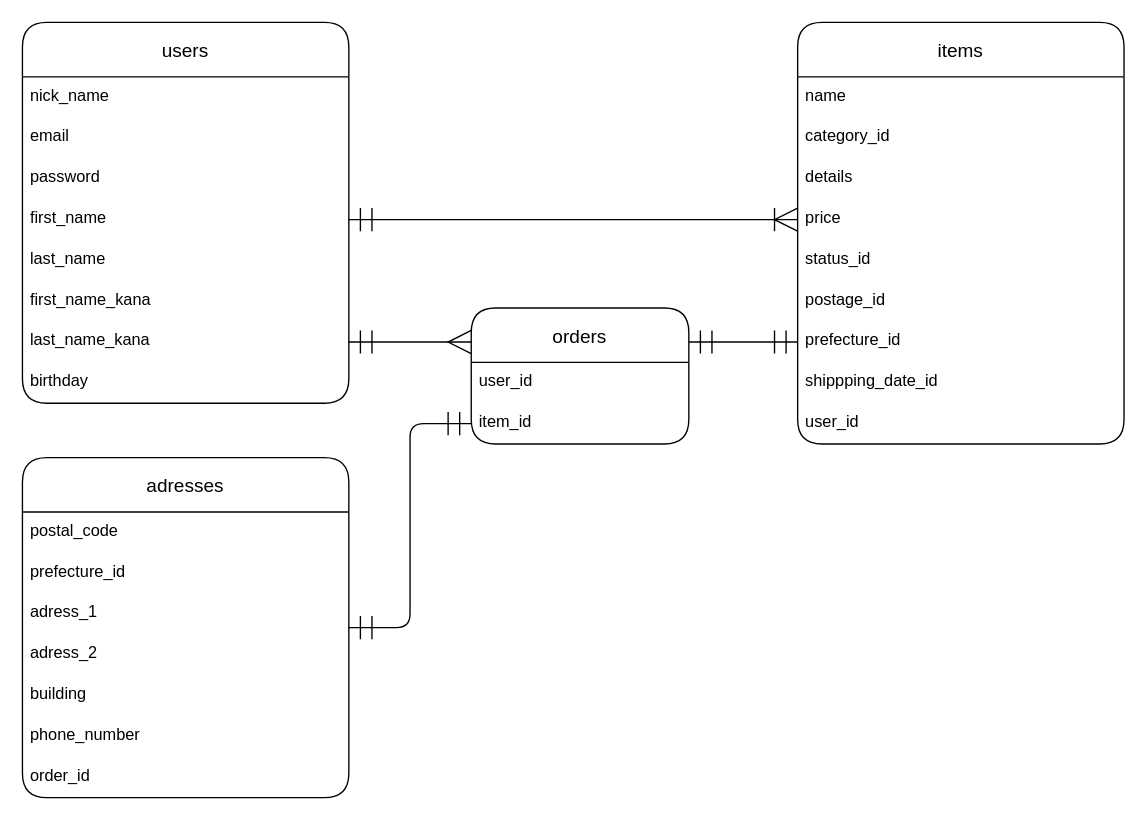
Before: furima.dio in ogaki0612/furima-31903, a draw.io diagram. Source tidied: cells renumbered, new cells numbered last; positions are measured from the earlier drawing's top-left corner, leaving out a move shared by most shapes. Both pictures are drawn from the tidied source at 136%, with x=0, y=0 at pixel (22, 22).
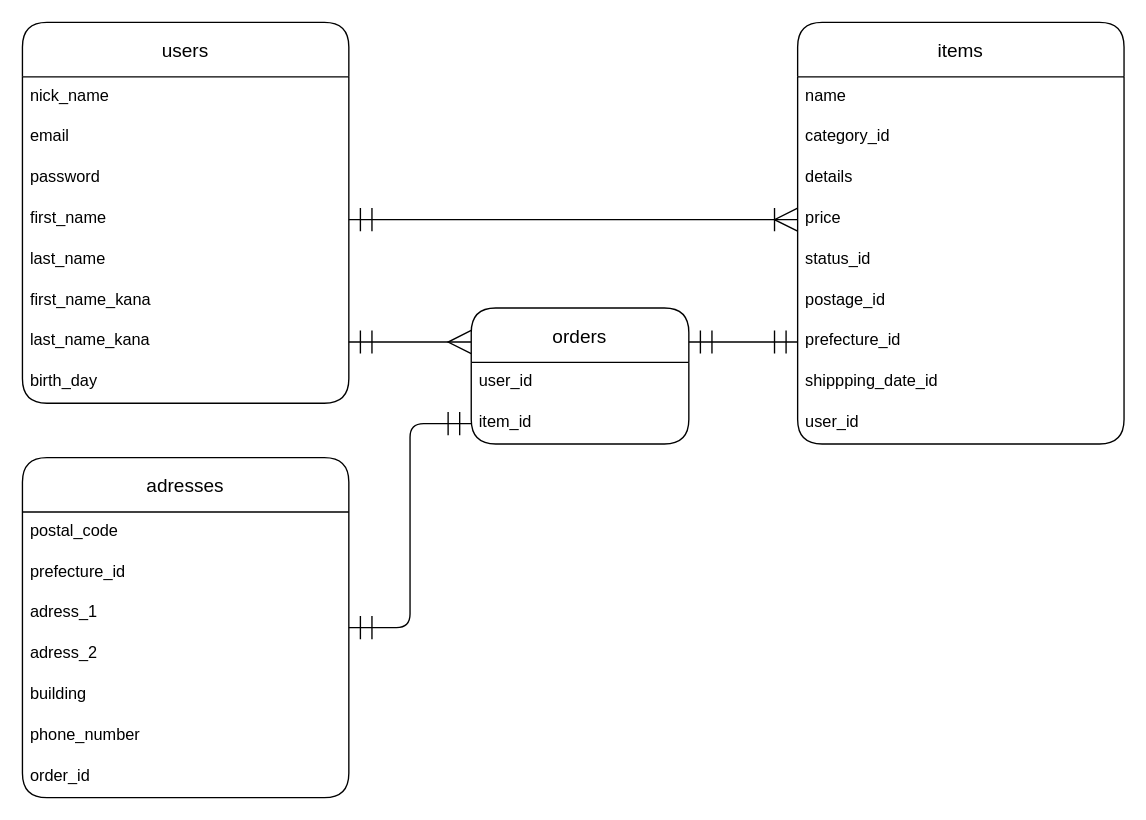
After the change.

Unchanged cells that the change refers to:
```xml
<mxCell id="2" value="users" style="swimlane;fontStyle=0;horizontal=1;startSize=40;align=center;fontSize=14;rounded=1;" parent="1" vertex="1">
  <mxGeometry width="240" height="280" as="geometry" />
</mxCell>
```

Diff of the diagram source:
```diff
@@
-    <mxCell id="10" value="birthday" style="text;strokeColor=none;fillColor=none;spacingLeft=4;spacingRight=4;overflow=hidden;fontSize=12;rounded=1;" parent="2" vertex="1">
+    <mxCell id="10" value="birth_day" style="text;strokeColor=none;fillColor=none;spacingLeft=4;spacingRight=4;overflow=hidden;fontSize=12;rounded=1;" parent="2" vertex="1">
       <mxGeometry y="250" width="240" height="30" as="geometry" />
     </mxCell>
```
